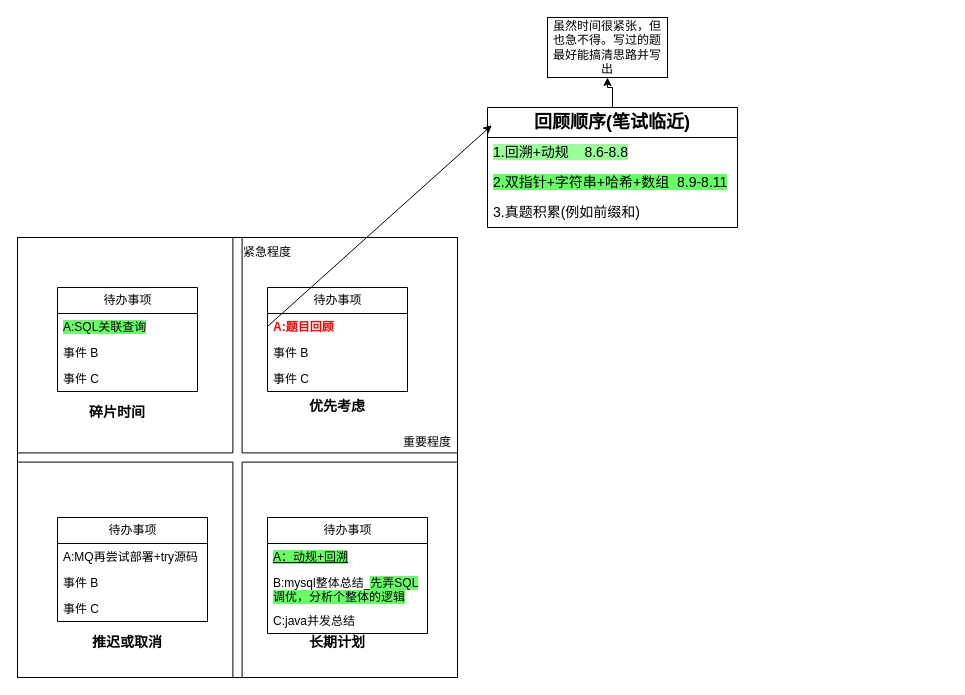
beyondgogogo/Graph keeps this draw.io diagram as 优先级象限.drawio. Above is the earlier version. Source tidied: cells renumbered, new cells numbered last; positions are measured from the earlier drawing's top-left corner, leaving out a move shared by most shapes. Both pictures are drawn from the tidied source at 100%, with x=0, y=0 at pixel (17, 17).
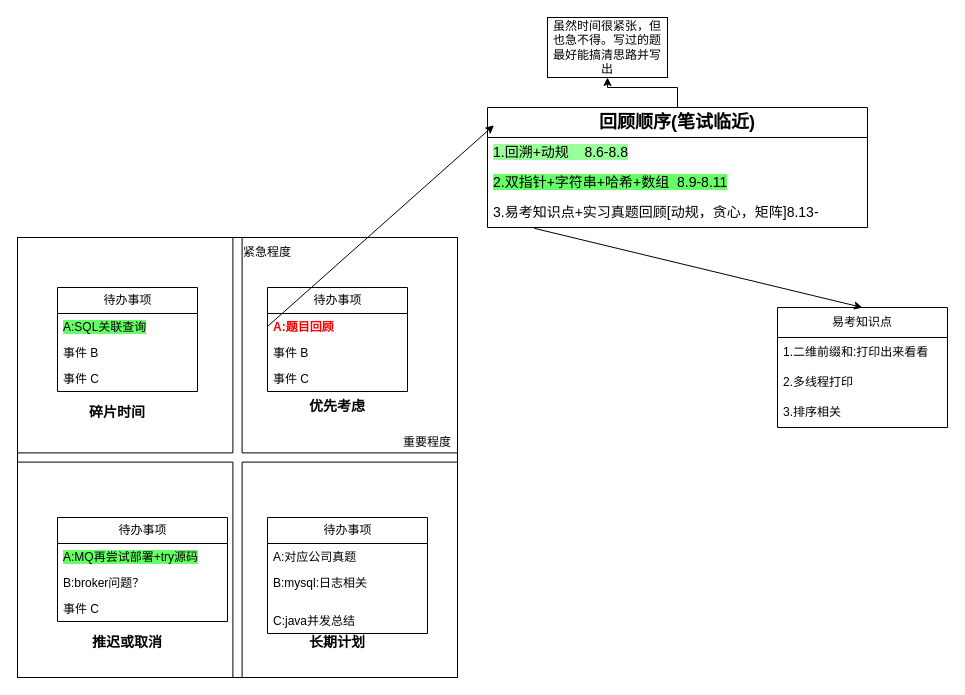
Above is the later version.

Commit message:
更新优先级象限.drawio

Unchanged cells that the change refers to:
```xml
<mxCell id="14" value="待办事项" style="swimlane;fontStyle=0;horizontal=1;startSize=26;fillColor=none;html=1;" parent="1" vertex="1">
  <mxGeometry x="250" y="500" width="160" height="116" as="geometry" />
</mxCell>
```

Change to the diagram source:
```diff
@@
-    <mxCell id="15" value="&lt;u style=&quot;background-color: rgb(102, 255, 102);&quot;&gt;A：动规+回溯&lt;/u&gt;" style="text;strokeColor=none;fillColor=none;align=left;verticalAlign=top;spacingLeft=4;spacingRight=4;overflow=hidden;whiteSpace=wrap;html=1;" parent="14" vertex="1">
+    <mxCell id="15" value="A:对应公司真题" style="text;strokeColor=none;fillColor=none;align=left;verticalAlign=top;spacingLeft=4;spacingRight=4;overflow=hidden;whiteSpace=wrap;html=1;" parent="14" vertex="1">
       <mxGeometry y="26" width="160" height="26" as="geometry" />
     </mxCell>
-    <mxCell id="16" value="B:mysql整体总结_&lt;span style=&quot;background-color: rgb(102, 255, 102);&quot;&gt;先弄SQL调优，分析个整体的逻辑&lt;/span&gt;" style="text;strokeColor=none;fillColor=none;align=left;verticalAlign=top;spacingLeft=4;spacingRight=4;overflow=hidden;whiteSpace=wrap;html=1;" parent="14" vertex="1">
+    <mxCell id="16" value="B:mysql:日志相关" style="text;strokeColor=none;fillColor=none;align=left;verticalAlign=top;spacingLeft=4;spacingRight=4;overflow=hidden;whiteSpace=wrap;html=1;" parent="14" vertex="1">
       <mxGeometry y="52" width="160" height="38" as="geometry" />
     </mxCell>
@@
     <mxCell id="18" value="待办事项" style="swimlane;fontStyle=0;horizontal=1;startSize=26;fillColor=none;html=1;" parent="1" vertex="1">
-      <mxGeometry x="40" y="500" width="150" height="104" as="geometry" />
+      <mxGeometry x="40" y="500" width="170" height="104" as="geometry" />
     </mxCell>
-    <mxCell id="19" value="A:MQ再尝试部署+try源码" style="text;strokeColor=none;fillColor=none;align=left;verticalAlign=top;spacingLeft=4;spacingRight=4;overflow=hidden;whiteSpace=wrap;html=1;" parent="18" vertex="1">
-      <mxGeometry y="26" width="150" height="26" as="geometry" />
+    <mxCell id="19" value="&lt;span style=&quot;background-color: rgb(102, 255, 102);&quot;&gt;A:MQ再尝试部署+try源码&lt;/span&gt;" style="text;strokeColor=none;fillColor=none;align=left;verticalAlign=top;spacingLeft=4;spacingRight=4;overflow=hidden;whiteSpace=wrap;html=1;" parent="18" vertex="1">
+      <mxGeometry y="26" width="170" height="26" as="geometry" />
     </mxCell>
-    <mxCell id="20" value="事件 B" style="text;strokeColor=none;fillColor=none;align=left;verticalAlign=top;spacingLeft=4;spacingRight=4;overflow=hidden;whiteSpace=wrap;html=1;" parent="18" vertex="1">
-      <mxGeometry y="52" width="150" height="26" as="geometry" />
+    <mxCell id="20" value="B:broker问题？" style="text;strokeColor=none;fillColor=none;align=left;verticalAlign=top;spacingLeft=4;spacingRight=4;overflow=hidden;whiteSpace=wrap;html=1;" parent="18" vertex="1">
+      <mxGeometry y="52" width="170" height="26" as="geometry" />
     </mxCell>
     <mxCell id="21" value="事件 C" style="text;strokeColor=none;fillColor=none;align=left;verticalAlign=top;spacingLeft=4;spacingRight=4;overflow=hidden;whiteSpace=wrap;html=1;" parent="18" vertex="1">
-      <mxGeometry y="78" width="150" height="26" as="geometry" />
+      <mxGeometry y="78" width="170" height="26" as="geometry" />
     </mxCell>
@@
     <mxCell id="27" value="&lt;h2&gt;回顾顺序(笔试临近)&lt;/h2&gt;" style="swimlane;fontStyle=0;horizontal=1;startSize=30;whiteSpace=wrap;html=1;" parent="1" vertex="1">
-      <mxGeometry x="470" y="90" width="250" height="120" as="geometry" />
+      <mxGeometry x="470" y="90" width="380" height="120" as="geometry" />
     </mxCell>
     <mxCell id="28" value="&lt;font style=&quot;font-size: 14px; background-color: rgb(153, 255, 153);&quot;&gt;1.回溯+动规&amp;nbsp; &amp;nbsp; 8.6-8.8&lt;/font&gt;" style="text;strokeColor=none;fillColor=none;align=left;verticalAlign=middle;spacingLeft=4;spacingRight=4;overflow=hidden;whiteSpace=wrap;html=1;" parent="27" vertex="1">
-      <mxGeometry y="30" width="250" height="30" as="geometry" />
+      <mxGeometry y="30" width="380" height="30" as="geometry" />
     </mxCell>
     <mxCell id="29" value="&lt;font style=&quot;font-size: 14px; background-color: rgb(102, 255, 102);&quot;&gt;2.双指针+字符串+哈希+数组&amp;nbsp; 8.9-8.11&lt;/font&gt;" style="text;strokeColor=none;fillColor=none;align=left;verticalAlign=middle;spacingLeft=4;spacingRight=4;overflow=hidden;whiteSpace=wrap;html=1;" parent="27" vertex="1">
-      <mxGeometry y="60" width="250" height="30" as="geometry" />
+      <mxGeometry y="60" width="380" height="30" as="geometry" />
     </mxCell>
-    <mxCell id="30" value="&lt;font style=&quot;font-size: 14px;&quot;&gt;3.真题积累(例如前缀和)&lt;/font&gt;" style="text;strokeColor=none;fillColor=none;align=left;verticalAlign=middle;spacingLeft=4;spacingRight=4;overflow=hidden;points=[[0,0.5],[1,0.5]];portConstraint=eastwest;whiteSpace=wrap;html=1;" parent="27" vertex="1">
-      <mxGeometry y="90" width="250" height="30" as="geometry" />
+    <mxCell id="30" value="&lt;span style=&quot;font-size: 14px;&quot;&gt;3.易考知识点+实习真题回顾[动规，贪心，矩阵]8.13-&lt;/span&gt;" style="text;strokeColor=none;fillColor=none;align=left;verticalAlign=middle;spacingLeft=4;spacingRight=4;overflow=hidden;points=[[0,0.5],[1,0.5]];portConstraint=eastwest;whiteSpace=wrap;html=1;" parent="27" vertex="1">
+      <mxGeometry y="90" width="380" height="30" as="geometry" />
     </mxCell>
@@
+    <mxCell id="33" value="易考知识点" style="swimlane;fontStyle=0;horizontal=1;startSize=30;whiteSpace=wrap;html=1;" parent="1" vertex="1">
+      <mxGeometry x="760" y="290" width="170" height="120" as="geometry" />
+    </mxCell>
+    <mxCell id="34" value="1.二维前缀和:打印出来看看" style="text;strokeColor=none;fillColor=none;align=left;verticalAlign=middle;spacingLeft=4;spacingRight=4;overflow=hidden;whiteSpace=wrap;html=1;" parent="33" vertex="1">
+      <mxGeometry y="30" width="170" height="30" as="geometry" />
+    </mxCell>
+    <mxCell id="35" value="2.多线程打印" style="text;strokeColor=none;fillColor=none;align=left;verticalAlign=middle;spacingLeft=4;spacingRight=4;overflow=hidden;whiteSpace=wrap;html=1;" parent="33" vertex="1">
+      <mxGeometry y="60" width="170" height="30" as="geometry" />
+    </mxCell>
+    <mxCell id="36" value="3.排序相关" style="text;strokeColor=none;fillColor=none;align=left;verticalAlign=middle;spacingLeft=4;spacingRight=4;overflow=hidden;whiteSpace=wrap;html=1;" parent="33" vertex="1">
+      <mxGeometry y="90" width="170" height="30" as="geometry" />
+    </mxCell>
+    <mxCell id="37" style="endArrow=classic;html=1;rounded=0;exitX=0.123;exitY=1.027;exitDx=0;exitDy=0;exitPerimeter=0;entryX=0.5;entryY=0;entryDx=0;entryDy=0;" parent="1" edge="1" source="30" target="33">
+      <mxGeometry relative="1" as="geometry" />
+    </mxCell>
```
